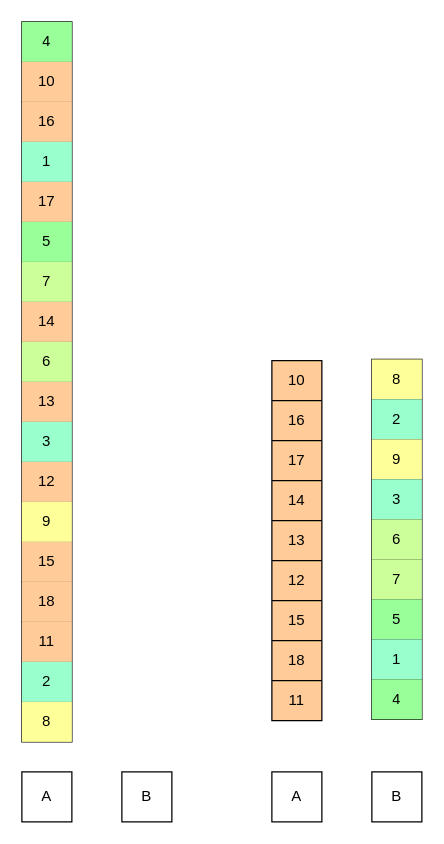
Before: page "スタート" (2 of 9) of images/qsort/qsort.dio in welove-t/42Tokyo-push_swap, a draw.io diagram. Source tidied: cells renumbered, new cells numbered last; positions are measured from the earlier drawing's top-left corner, leaving out a move shared by most shapes. Both pictures are drawn from the tidied source at 125%, with x=0, y=0 at pixel (21, 21).
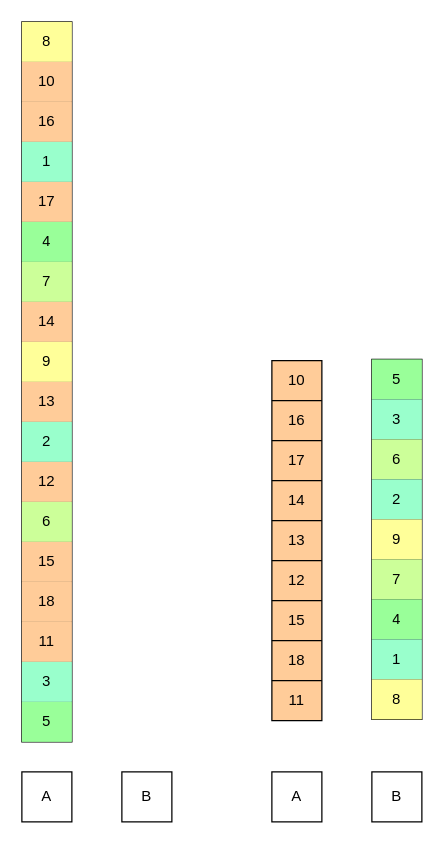
The same page after the edit.

The change refers to these unchanged cells:
```xml
<mxCell id="22" style="shape=tableRow;horizontal=0;startSize=0;swimlaneHead=0;swimlaneBody=0;top=0;left=0;bottom=0;right=0;fillColor=none;" parent="21" vertex="1">
  <mxGeometry width="40" height="32" as="geometry" />
</mxCell>
<mxCell id="24" style="shape=tableRow;horizontal=0;startSize=0;swimlaneHead=0;swimlaneBody=0;top=0;left=0;bottom=0;right=0;fillColor=none;" parent="21" vertex="1">
  <mxGeometry y="32" width="40" height="32" as="geometry" />
</mxCell>
<mxCell id="26" style="shape=tableRow;horizontal=0;startSize=0;swimlaneHead=0;swimlaneBody=0;top=0;left=0;bottom=0;right=0;fillColor=none;" parent="21" vertex="1">
  <mxGeometry y="64" width="40" height="32" as="geometry" />
</mxCell>
<mxCell id="28" style="shape=tableRow;horizontal=0;startSize=0;swimlaneHead=0;swimlaneBody=0;top=0;left=0;bottom=0;right=0;fillColor=none;" parent="21" vertex="1">
  <mxGeometry y="96" width="40" height="32" as="geometry" />
</mxCell>
<mxCell id="30" style="shape=tableRow;horizontal=0;startSize=0;swimlaneHead=0;swimlaneBody=0;top=0;left=0;bottom=0;right=0;fillColor=none;" parent="21" vertex="1">
  <mxGeometry y="128" width="40" height="32" as="geometry" />
</mxCell>
<mxCell id="34" style="shape=tableRow;horizontal=0;startSize=0;swimlaneHead=0;swimlaneBody=0;top=0;left=0;bottom=0;right=0;fillColor=none;" parent="21" vertex="1">
  <mxGeometry y="192" width="40" height="32" as="geometry" />
</mxCell>
<mxCell id="38" style="shape=tableRow;horizontal=0;startSize=0;swimlaneHead=0;swimlaneBody=0;top=0;left=0;bottom=0;right=0;fillColor=none;" parent="21" vertex="1">
  <mxGeometry y="256" width="40" height="32" as="geometry" />
</mxCell>
<mxCell id="41" style="shape=tableRow;horizontal=0;startSize=0;swimlaneHead=0;swimlaneBody=0;top=0;left=0;bottom=0;right=0;fillColor=none;" parent="40" vertex="1">
  <mxGeometry width="40" height="32" as="geometry" />
</mxCell>
<mxCell id="51" style="shape=tableRow;horizontal=0;startSize=0;swimlaneHead=0;swimlaneBody=0;top=0;left=0;bottom=0;right=0;fillColor=none;" parent="40" vertex="1">
  <mxGeometry y="160" width="40" height="32" as="geometry" />
</mxCell>
<mxCell id="57" style="shape=tableRow;horizontal=0;startSize=0;swimlaneHead=0;swimlaneBody=0;top=0;left=0;bottom=0;right=0;fillColor=none;" parent="40" vertex="1">
  <mxGeometry y="256" width="40" height="32" as="geometry" />
</mxCell>
<mxCell id="61" style="shape=tableRow;horizontal=0;startSize=0;swimlaneHead=0;swimlaneBody=0;top=0;left=0;bottom=0;right=0;fillColor=none;" parent="40" vertex="1">
  <mxGeometry y="320" width="40" height="32" as="geometry" />
</mxCell>
<mxCell id="65" style="shape=tableRow;horizontal=0;startSize=0;swimlaneHead=0;swimlaneBody=0;top=0;left=0;bottom=0;right=0;fillColor=none;" parent="40" vertex="1">
  <mxGeometry y="384" width="40" height="32" as="geometry" />
</mxCell>
<mxCell id="73" style="shape=tableRow;horizontal=0;startSize=0;swimlaneHead=0;swimlaneBody=0;top=0;left=0;bottom=0;right=0;fillColor=none;" parent="40" vertex="1">
  <mxGeometry y="512" width="40" height="32" as="geometry" />
</mxCell>
<mxCell id="75" style="shape=tableRow;horizontal=0;startSize=0;swimlaneHead=0;swimlaneBody=0;top=0;left=0;bottom=0;right=0;fillColor=none;" parent="40" vertex="1">
  <mxGeometry y="544" width="40" height="32" as="geometry" />
</mxCell>
```

Diff of the diagram source:
```diff
@@
-    <mxCell id="23" value="8" style="shape=partialRectangle;html=1;whiteSpace=wrap;overflow=hidden;fillColor=#FFFF99;top=0;left=0;bottom=0;right=0;" parent="22" vertex="1">
+    <mxCell id="23" value="5" style="shape=partialRectangle;html=1;whiteSpace=wrap;overflow=hidden;fillColor=#99FF99;top=0;left=0;bottom=0;right=0;" parent="22" vertex="1">
       <mxGeometry width="40" height="32" as="geometry" />
     </mxCell>
@@
-    <mxCell id="25" value="2" style="shape=partialRectangle;html=1;whiteSpace=wrap;overflow=hidden;fillColor=#99FFCC;top=0;left=0;bottom=0;right=0;" parent="24" vertex="1">
+    <mxCell id="25" value="3" style="shape=partialRectangle;html=1;whiteSpace=wrap;overflow=hidden;fillColor=#99FFCC;top=0;left=0;bottom=0;right=0;" parent="24" vertex="1">
       <mxGeometry width="40" height="32" as="geometry" />
     </mxCell>
@@
-    <mxCell id="27" value="9" style="shape=partialRectangle;html=1;whiteSpace=wrap;overflow=hidden;fillColor=#FFFF99;top=0;left=0;bottom=0;right=0;" parent="26" vertex="1">
+    <mxCell id="27" value="6" style="shape=partialRectangle;html=1;whiteSpace=wrap;overflow=hidden;fillColor=#CCFF99;top=0;left=0;bottom=0;right=0;" parent="26" vertex="1">
       <mxGeometry width="40" height="32" as="geometry" />
     </mxCell>
@@
-    <mxCell id="29" value="3" style="shape=partialRectangle;html=1;whiteSpace=wrap;overflow=hidden;fillColor=#99FFCC;top=0;left=0;bottom=0;right=0;" parent="28" vertex="1">
+    <mxCell id="29" value="2" style="shape=partialRectangle;html=1;whiteSpace=wrap;overflow=hidden;fillColor=#99FFCC;top=0;left=0;bottom=0;right=0;" parent="28" vertex="1">
       <mxGeometry width="40" height="32" as="geometry" />
     </mxCell>
@@
-    <mxCell id="31" value="6" style="shape=partialRectangle;html=1;whiteSpace=wrap;overflow=hidden;fillColor=#CCFF99;top=0;left=0;bottom=0;right=0;" parent="30" vertex="1">
+    <mxCell id="31" value="9" style="shape=partialRectangle;html=1;whiteSpace=wrap;overflow=hidden;fillColor=#FFFF99;top=0;left=0;bottom=0;right=0;" parent="30" vertex="1">
       <mxGeometry width="40" height="32" as="geometry" />
     </mxCell>
@@
-    <mxCell id="35" value="5" style="shape=partialRectangle;html=1;whiteSpace=wrap;overflow=hidden;fillColor=#99FF99;top=0;left=0;bottom=0;right=0;" parent="34" vertex="1">
+    <mxCell id="35" value="4" style="shape=partialRectangle;html=1;whiteSpace=wrap;overflow=hidden;fillColor=#99FF99;top=0;left=0;bottom=0;right=0;" parent="34" vertex="1">
       <mxGeometry width="40" height="32" as="geometry" />
     </mxCell>
@@
-    <mxCell id="39" value="4" style="shape=partialRectangle;html=1;whiteSpace=wrap;overflow=hidden;fillColor=#99FF99;top=0;left=0;bottom=0;right=0;" parent="38" vertex="1">
+    <mxCell id="39" value="8" style="shape=partialRectangle;html=1;whiteSpace=wrap;overflow=hidden;fillColor=#FFFF99;top=0;left=0;bottom=0;right=0;" parent="38" vertex="1">
       <mxGeometry width="40" height="32" as="geometry" />
     </mxCell>
@@
-    <mxCell id="42" value="4" style="shape=partialRectangle;html=1;whiteSpace=wrap;overflow=hidden;fillColor=#99FF99;top=0;left=0;bottom=0;right=0;" parent="41" vertex="1">
+    <mxCell id="42" value="8" style="shape=partialRectangle;html=1;whiteSpace=wrap;overflow=hidden;fillColor=#FFFF99;top=0;left=0;bottom=0;right=0;" parent="41" vertex="1">
       <mxGeometry width="40" height="32" as="geometry" />
     </mxCell>
@@
-    <mxCell id="52" value="5" style="shape=partialRectangle;html=1;whiteSpace=wrap;overflow=hidden;fillColor=#99FF99;top=0;left=0;bottom=0;right=0;" parent="51" vertex="1">
+    <mxCell id="52" value="4" style="shape=partialRectangle;html=1;whiteSpace=wrap;overflow=hidden;fillColor=#99FF99;top=0;left=0;bottom=0;right=0;" parent="51" vertex="1">
       <mxGeometry width="40" height="32" as="geometry" />
     </mxCell>
@@
-    <mxCell id="58" value="6" style="shape=partialRectangle;html=1;whiteSpace=wrap;overflow=hidden;fillColor=#CCFF99;top=0;left=0;bottom=0;right=0;" parent="57" vertex="1">
+    <mxCell id="58" value="9" style="shape=partialRectangle;html=1;whiteSpace=wrap;overflow=hidden;fillColor=#FFFF99;top=0;left=0;bottom=0;right=0;" parent="57" vertex="1">
       <mxGeometry width="40" height="32" as="geometry" />
     </mxCell>
@@
-    <mxCell id="62" value="3" style="shape=partialRectangle;html=1;whiteSpace=wrap;overflow=hidden;fillColor=#99FFCC;top=0;left=0;bottom=0;right=0;" parent="61" vertex="1">
+    <mxCell id="62" value="2" style="shape=partialRectangle;html=1;whiteSpace=wrap;overflow=hidden;fillColor=#99FFCC;top=0;left=0;bottom=0;right=0;" parent="61" vertex="1">
       <mxGeometry width="40" height="32" as="geometry" />
     </mxCell>
@@
-    <mxCell id="66" value="9" style="shape=partialRectangle;html=1;whiteSpace=wrap;overflow=hidden;fillColor=#FFFF99;top=0;left=0;bottom=0;right=0;" parent="65" vertex="1">
+    <mxCell id="66" value="6" style="shape=partialRectangle;html=1;whiteSpace=wrap;overflow=hidden;fillColor=#CCFF99;top=0;left=0;bottom=0;right=0;" parent="65" vertex="1">
       <mxGeometry width="40" height="32" as="geometry" />
     </mxCell>
@@
-    <mxCell id="74" value="2" style="shape=partialRectangle;html=1;whiteSpace=wrap;overflow=hidden;fillColor=#99FFCC;top=0;left=0;bottom=0;right=0;" parent="73" vertex="1">
+    <mxCell id="74" value="3" style="shape=partialRectangle;html=1;whiteSpace=wrap;overflow=hidden;fillColor=#99FFCC;top=0;left=0;bottom=0;right=0;" parent="73" vertex="1">
       <mxGeometry width="40" height="32" as="geometry" />
     </mxCell>
@@
-    <mxCell id="76" value="8" style="shape=partialRectangle;html=1;whiteSpace=wrap;overflow=hidden;fillColor=#FFFF99;top=0;left=0;bottom=0;right=0;" parent="75" vertex="1">
+    <mxCell id="76" value="5" style="shape=partialRectangle;html=1;whiteSpace=wrap;overflow=hidden;fillColor=#99FF99;top=0;left=0;bottom=0;right=0;" parent="75" vertex="1">
       <mxGeometry width="40" height="32" as="geometry" />
     </mxCell>
```
